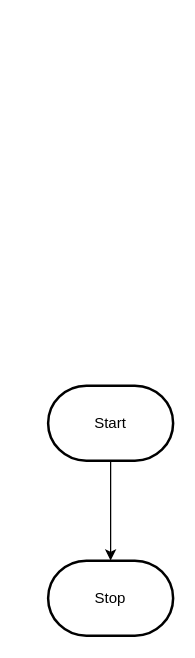
Before: design/flowchart.drawio in MTHS-ICS2O-2-2022/ICS2O-Assignment-06-lamees-hemdan, a draw.io diagram. Source tidied: cells renumbered, new cells numbered last; positions are measured from the earlier drawing's top-left corner, leaving out a move shared by most shapes. Both pictures are drawn from the tidied source at 125%, with x=0, y=0 at pixel (48, 385).
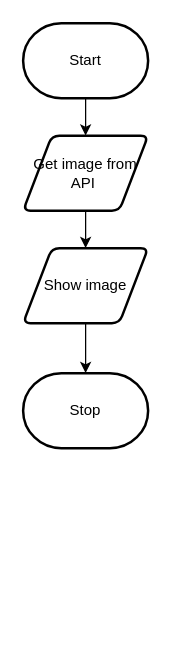
After the change.

The edit, as a diff of the source:
```diff
@@
 <mxGraphModel>
   <root>
     <mxCell id="0" />
     <mxCell id="1" parent="0" />
-    <mxCell id="2" style="edgeStyle=orthogonalEdgeStyle;html=1;rounded=0;" parent="1" edge="1" source="3" target="4">
-      <mxGeometry relative="1" as="geometry" />
-    </mxCell>
+    <mxCell id="5" style="edgeStyle=orthogonalEdgeStyle;html=1;exitX=0.5;exitY=1;exitDx=0;exitDy=0;exitPerimeter=0;entryX=0.5;entryY=0;entryDx=0;entryDy=0;rounded=0;" parent="1" edge="1" source="3" target="8">
+      <mxGeometry relative="1" as="geometry" />
+    </mxCell>
     <mxCell id="3" value="Start" style="strokeWidth=2;html=1;shape=mxgraph.flowchart.terminator;whiteSpace=wrap;" parent="1" vertex="1">
-      <mxGeometry width="100" height="60" as="geometry" />
+      <mxGeometry x="-20" y="-290" width="100" height="60" as="geometry" />
     </mxCell>
     <mxCell id="4" value="Stop" style="strokeWidth=2;html=1;shape=mxgraph.flowchart.terminator;whiteSpace=wrap;" parent="1" vertex="1">
-      <mxGeometry y="140" width="100" height="60" as="geometry" />
+      <mxGeometry x="-20" y="-10" width="100" height="60" as="geometry" />
     </mxCell>
+    <mxCell id="6" style="edgeStyle=none;html=1;exitX=0.5;exitY=1;exitDx=0;exitDy=0;entryX=0.5;entryY=0;entryDx=0;entryDy=0;entryPerimeter=0;" parent="1" edge="1" source="2" target="4">
+      <mxGeometry relative="1" as="geometry" />
+    </mxCell>
+    <mxCell id="2" value="Show image" style="shape=parallelogram;html=1;strokeWidth=2;perimeter=parallelogramPerimeter;whiteSpace=wrap;rounded=1;arcSize=12;size=0.23;" parent="1" vertex="1">
+      <mxGeometry x="-20" y="-110" width="100" height="60" as="geometry" />
+    </mxCell>
+    <mxCell id="7" style="edgeStyle=orthogonalEdgeStyle;html=1;exitX=0.5;exitY=1;exitDx=0;exitDy=0;entryX=0.5;entryY=0;entryDx=0;entryDy=0;rounded=0;" parent="1" edge="1" source="8" target="2">
+      <mxGeometry relative="1" as="geometry" />
+    </mxCell>
+    <mxCell id="8" value="Get image from API&amp;nbsp;" style="shape=parallelogram;html=1;strokeWidth=2;perimeter=parallelogramPerimeter;whiteSpace=wrap;rounded=1;arcSize=12;size=0.23;" parent="1" vertex="1">
+      <mxGeometry x="-20" y="-200" width="100" height="60" as="geometry" />
+    </mxCell>
   </root>
 </mxGraphModel>
```
